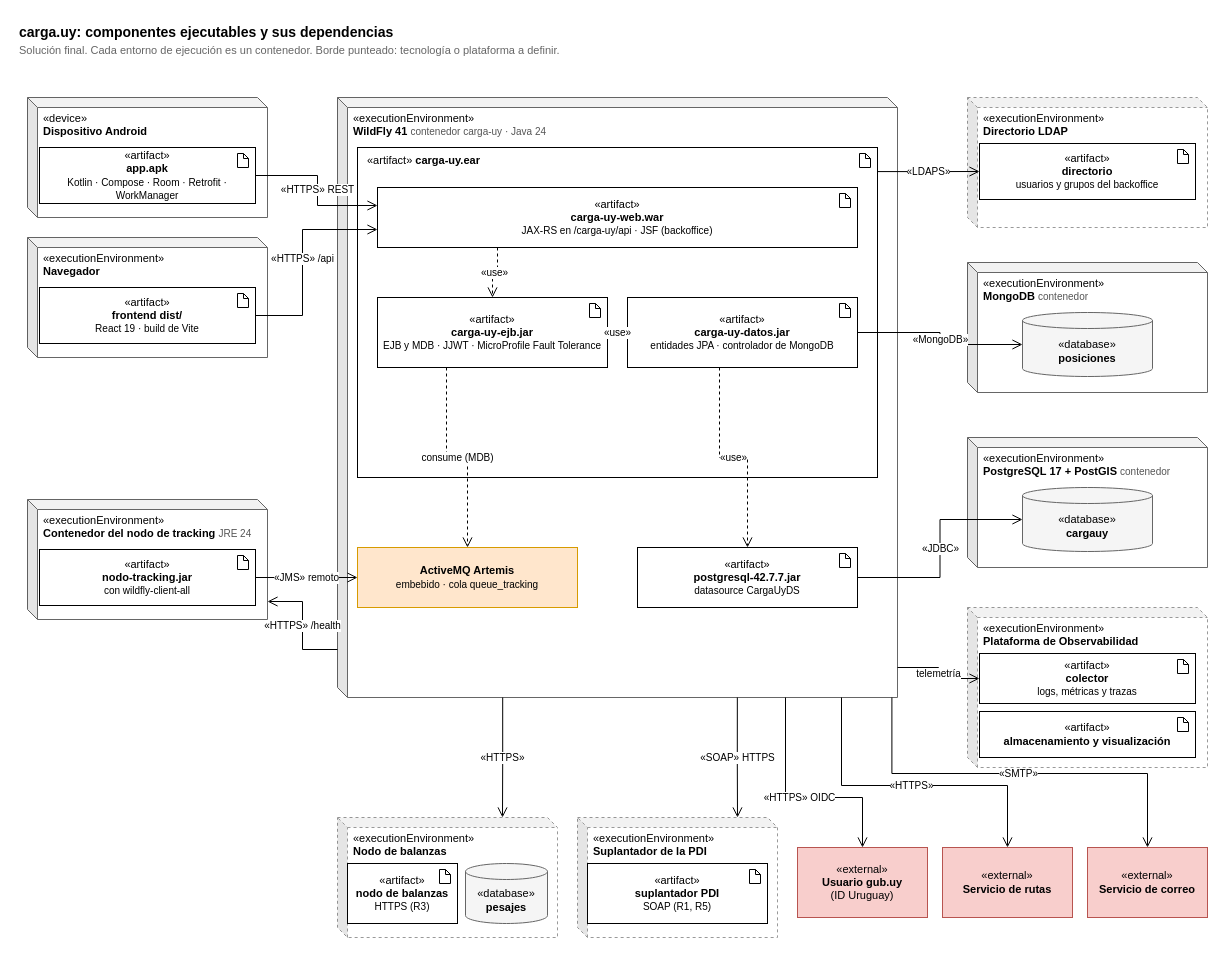
LucasLazogue/TSE-carga-uy keeps this draw.io diagram as docs/informe/fuentes-drawio/carga-uy-implementacion.drawio. Above is the earlier version. Source tidied: cells renumbered, new cells numbered last; positions are measured from the earlier drawing's top-left corner, leaving out a move shared by most shapes. Both pictures are drawn from the tidied source at 100%, with x=0, y=0 at pixel (17, 17).
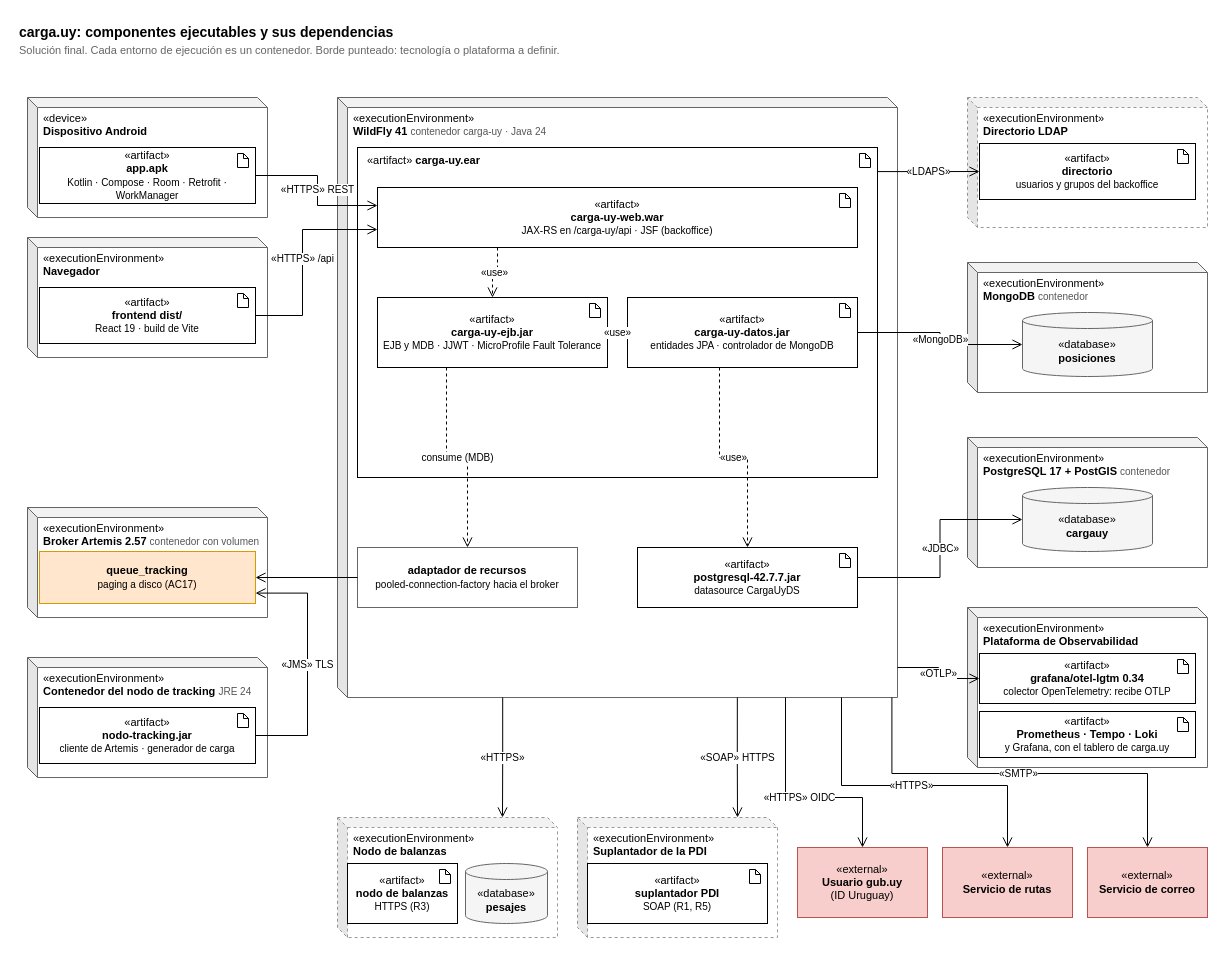
After the change.

Commit message (it also covers changes not shown here):
docs: decisiones de tracking y observabilidad en el informe (#38)

The change refers to these unchanged cells:
```xml
<mxCell id="12" value="«executionEnvironment»&lt;br&gt;&lt;b&gt;WildFly 41&lt;/b&gt; &lt;font color=&quot;#555555&quot; style=&quot;font-size:10px&quot;&gt;contenedor carga-uy · Java 24&lt;/font&gt;" style="shape=cube;size=10;darkOpacity=0.05;darkOpacity2=0.1;whiteSpace=wrap;html=1;fillColor=#ffffff;strokeColor=#666666;verticalAlign=top;align=left;spacingLeft=14;spacingTop=8;fontSize=11;" parent="1" vertex="1">
  <mxGeometry x="320" y="80" width="560" height="600" as="geometry" />
</mxCell>
<mxCell id="17" value="«artifact»&lt;br&gt;&lt;b&gt;carga-uy-ejb.jar&lt;/b&gt;&lt;br&gt;&lt;font style=&quot;font-size:10px&quot;&gt;EJB y MDB · JJWT · MicroProfile Fault Tolerance&lt;/font&gt;" style="rounded=0;whiteSpace=wrap;html=1;fillColor=#ffffff;strokeColor=#000000;fontSize=11;" parent="13" vertex="1">
  <mxGeometry x="20" y="150" width="230" height="70" as="geometry" />
</mxCell>
```

What changed in the source:
```diff
@@
+    <mxCell id="63" value="«executionEnvironment»&lt;br&gt;&lt;b&gt;Broker Artemis 2.57&lt;/b&gt; &lt;font color=&quot;#555555&quot; style=&quot;font-size:10px&quot;&gt;contenedor con volumen&lt;/font&gt;" style="shape=cube;size=10;darkOpacity=0.05;darkOpacity2=0.1;whiteSpace=wrap;html=1;fillColor=#ffffff;strokeColor=#666666;verticalAlign=top;align=left;spacingLeft=14;spacingTop=8;fontSize=11;" parent="1" vertex="1">
+      <mxGeometry x="10" y="490" width="240" height="110" as="geometry" />
+    </mxCell>
+    <mxCell id="64" value="&lt;b&gt;queue_tracking&lt;/b&gt;&lt;br&gt;&lt;font style=&quot;font-size:10px&quot;&gt;paging a disco (AC17)&lt;/font&gt;" style="rounded=0;whiteSpace=wrap;html=1;fillColor=#ffe6cc;strokeColor=#d79b00;fontSize=11;" parent="63" vertex="1">
+      <mxGeometry x="12" y="44" width="216" height="52" as="geometry" />
+    </mxCell>
     <mxCell id="9" value="«executionEnvironment»&lt;br&gt;&lt;b&gt;Contenedor del nodo de tracking&lt;/b&gt; &lt;font color=&quot;#555555&quot; style=&quot;font-size:10px&quot;&gt;JRE 24&lt;/font&gt;" style="shape=cube;size=10;darkOpacity=0.05;darkOpacity2=0.1;whiteSpace=wrap;html=1;fillColor=#ffffff;strokeColor=#666666;verticalAlign=top;align=left;spacingLeft=14;spacingTop=8;fontSize=11;" parent="1" vertex="1">
-      <mxGeometry x="10" y="482" width="240" height="120" as="geometry" />
+      <mxGeometry x="10" y="640" width="240" height="120" as="geometry" />
     </mxCell>
-    <mxCell id="10" value="«artifact»&lt;br&gt;&lt;b&gt;nodo-tracking.jar&lt;/b&gt;&lt;br&gt;&lt;font style=&quot;font-size:10px&quot;&gt;con wildfly-client-all&lt;/font&gt;" style="rounded=0;whiteSpace=wrap;html=1;fillColor=#ffffff;strokeColor=#000000;fontSize=11;" parent="9" vertex="1">
+    <mxCell id="10" value="«artifact»&lt;br&gt;&lt;b&gt;nodo-tracking.jar&lt;/b&gt;&lt;br&gt;&lt;font style=&quot;font-size:10px&quot;&gt;cliente de Artemis · generador de carga&lt;/font&gt;" style="rounded=0;whiteSpace=wrap;html=1;fillColor=#ffffff;strokeColor=#000000;fontSize=11;" parent="9" vertex="1">
       <mxGeometry x="12" y="50" width="216" height="56" as="geometry" />
     </mxCell>
@@
-    <mxCell id="21" value="&lt;b&gt;ActiveMQ Artemis&lt;/b&gt;&lt;br&gt;&lt;font style=&quot;font-size:10px&quot;&gt;embebido · cola queue_tracking&lt;/font&gt;" style="rounded=0;whiteSpace=wrap;html=1;fillColor=#ffe6cc;strokeColor=#d79b00;fontSize=11;" parent="12" vertex="1">
-      <mxGeometry x="20" y="450" width="220" height="60" as="geometry" />
-    </mxCell>
@@
+    <mxCell id="65" value="&lt;b&gt;adaptador de recursos&lt;/b&gt;&lt;br&gt;&lt;font style=&quot;font-size:10px&quot;&gt;pooled-connection-factory hacia el broker&lt;/font&gt;" style="rounded=0;whiteSpace=wrap;html=1;fillColor=#ffffff;strokeColor=#666666;fontSize=11;" parent="12" vertex="1">
+      <mxGeometry x="20" y="450" width="220" height="60" as="geometry" />
+    </mxCell>
@@
-    <mxCell id="31" value="«executionEnvironment»&lt;br&gt;&lt;b&gt;Plataforma de Observabilidad&lt;/b&gt;" style="shape=cube;size=10;darkOpacity=0.05;darkOpacity2=0.1;whiteSpace=wrap;html=1;fillColor=#ffffff;strokeColor=#666666;verticalAlign=top;align=left;spacingLeft=14;spacingTop=8;fontSize=11;dashed=1;strokeColor=#999999;" parent="1" vertex="1">
+    <mxCell id="31" value="«executionEnvironment»&lt;br&gt;&lt;b&gt;Plataforma de Observabilidad&lt;/b&gt;" style="shape=cube;size=10;darkOpacity=0.05;darkOpacity2=0.1;whiteSpace=wrap;html=1;fillColor=#ffffff;strokeColor=#666666;verticalAlign=top;align=left;spacingLeft=14;spacingTop=8;fontSize=11;" parent="1" vertex="1">
       <mxGeometry x="950" y="590" width="240" height="160" as="geometry" />
     </mxCell>
-    <mxCell id="32" value="«artifact»&lt;br&gt;&lt;b&gt;colector&lt;/b&gt;&lt;br&gt;&lt;font style=&quot;font-size:10px&quot;&gt;logs, métricas y trazas&lt;/font&gt;" style="rounded=0;whiteSpace=wrap;html=1;fillColor=#ffffff;strokeColor=#000000;fontSize=11;" parent="31" vertex="1">
+    <mxCell id="32" value="«artifact»&lt;br&gt;&lt;b&gt;grafana/otel-lgtm 0.34&lt;/b&gt;&lt;br&gt;&lt;font style=&quot;font-size:10px&quot;&gt;colector OpenTelemetry: recibe OTLP&lt;/font&gt;" style="rounded=0;whiteSpace=wrap;html=1;fillColor=#ffffff;strokeColor=#000000;fontSize=11;" parent="31" vertex="1">
       <mxGeometry x="12" y="46" width="216" height="50" as="geometry" />
     </mxCell>
@@
-    <mxCell id="34" value="«artifact»&lt;br&gt;&lt;b&gt;almacenamiento y visualización&lt;/b&gt;" style="rounded=0;whiteSpace=wrap;html=1;fillColor=#ffffff;strokeColor=#000000;fontSize=11;" parent="31" vertex="1">
+    <mxCell id="34" value="«artifact»&lt;br&gt;&lt;b&gt;Prometheus · Tempo · Loki&lt;/b&gt;&lt;br&gt;&lt;font style=&quot;font-size:10px&quot;&gt;y Grafana, con el tablero de carga.uy&lt;/font&gt;" style="rounded=0;whiteSpace=wrap;html=1;fillColor=#ffffff;strokeColor=#000000;fontSize=11;" parent="31" vertex="1">
       <mxGeometry x="12" y="104" width="216" height="46" as="geometry" />
     </mxCell>
@@
-    <mxCell id="48" value="«JMS» remoto" style="endArrow=open;endSize=8;html=1;rounded=0;fontSize=10;labelBackgroundColor=#FFFFFF;edgeStyle=orthogonalEdgeStyle;exitX=1;exitY=0.5;exitDx=0;exitDy=0;entryX=0;entryY=0.5;entryDx=0;entryDy=0;" parent="1" edge="1" source="10" target="21">
-      <mxGeometry relative="1" as="geometry" />
+    <mxCell id="48" value="«JMS» TLS" style="endArrow=open;endSize=8;html=1;rounded=0;fontSize=10;labelBackgroundColor=#FFFFFF;edgeStyle=orthogonalEdgeStyle;exitX=1;exitY=0.5;exitDx=0;exitDy=0;entryX=1;entryY=0.8;entryDx=0;entryDy=0;" parent="1" edge="1" source="10" target="64">
+      <mxGeometry relative="1" as="geometry">
+        <Array as="points">
+          <mxPoint x="290" y="718" />
+          <mxPoint x="290" y="576" />
+        </Array>
+      </mxGeometry>
     </mxCell>
-    <mxCell id="49" value="«HTTPS» /health" style="endArrow=open;endSize=8;html=1;rounded=0;fontSize=10;labelBackgroundColor=#FFFFFF;edgeStyle=orthogonalEdgeStyle;exitX=0;exitY=0.92;exitDx=0;exitDy=0;entryX=1;entryY=0.85;entryDx=0;entryDy=0;" parent="1" edge="1" source="12" target="9">
-      <mxGeometry relative="1" as="geometry">
-        <Array as="points">
-          <mxPoint x="285" y="632" />
-          <mxPoint x="285" y="584" />
-        </Array>
-      </mxGeometry>
-    </mxCell>
@@
-    <mxCell id="52" value="consume (MDB)" style="endArrow=open;endSize=8;html=1;rounded=0;fontSize=10;labelBackgroundColor=#FFFFFF;edgeStyle=orthogonalEdgeStyle;dashed=1;exitX=0.3;exitY=1;exitDx=0;exitDy=0;entryX=0.5;entryY=0;entryDx=0;entryDy=0;" parent="1" edge="1" source="17" target="21">
+    <mxCell id="52" value="consume (MDB)" style="endArrow=open;endSize=8;html=1;rounded=0;fontSize=10;labelBackgroundColor=#FFFFFF;edgeStyle=orthogonalEdgeStyle;dashed=1;exitX=0.3;exitY=1;exitDx=0;exitDy=0;entryX=0.5;entryY=0;entryDx=0;entryDy=0;" parent="1" edge="1" source="17" target="65">
       <mxGeometry relative="1" as="geometry" />
     </mxCell>
+    <mxCell id="66" style="endArrow=open;endSize=8;html=1;rounded=0;fontSize=10;labelBackgroundColor=#FFFFFF;edgeStyle=orthogonalEdgeStyle;exitX=0;exitY=0.5;exitDx=0;exitDy=0;entryX=1;entryY=0.5;entryDx=0;entryDy=0;" parent="1" edge="1" source="65" target="64">
+      <mxGeometry relative="1" as="geometry" />
+    </mxCell>
@@
-    <mxCell id="57" value="telemetría" style="endArrow=open;endSize=8;html=1;rounded=0;fontSize=10;labelBackgroundColor=#FFFFFF;edgeStyle=orthogonalEdgeStyle;exitX=1;exitY=0.95;exitDx=0;exitDy=0;entryX=0;entryY=0.5;entryDx=0;entryDy=0;" parent="1" edge="1" source="12" target="32">
+    <mxCell id="57" value="«OTLP»" style="endArrow=open;endSize=8;html=1;rounded=0;fontSize=10;labelBackgroundColor=#FFFFFF;edgeStyle=orthogonalEdgeStyle;exitX=1;exitY=0.95;exitDx=0;exitDy=0;entryX=0;entryY=0.5;entryDx=0;entryDy=0;" parent="1" edge="1" source="12" target="32">
       <mxGeometry relative="1" as="geometry" />
     </mxCell>
```
